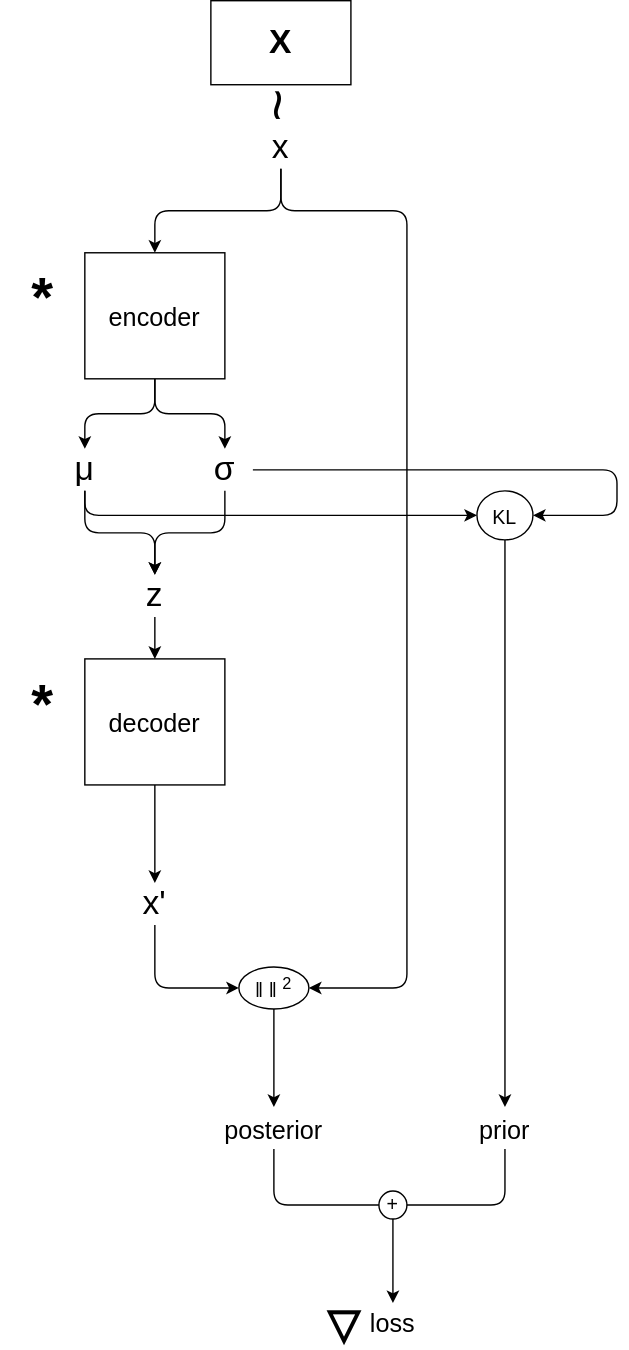
Earlier version of the draw.io export source/images/diagram-vae.drawio.svg (k-l-lambda/k-l-lambda.github.io). Source tidied: cells renumbered, new cells last; positions are measured from the earlier drawing's top-left corner, leaving out a move shared by most shapes. Its diagram source:
```xml
<mxGraphModel>
  <root>
    <mxCell id="0" />
    <mxCell id="1" parent="0" />
    <mxCell id="2" style="edgeStyle=orthogonalEdgeStyle;html=1;exitX=0.5;exitY=1;exitDx=0;exitDy=0;entryX=0.5;entryY=0;entryDx=0;entryDy=0;fontSize=18;" parent="1" edge="1" source="4" target="11">
      <mxGeometry relative="1" as="geometry" />
    </mxCell>
    <mxCell id="3" style="edgeStyle=orthogonalEdgeStyle;html=1;exitX=0.5;exitY=1;exitDx=0;exitDy=0;entryX=1;entryY=0.5;entryDx=0;entryDy=0;fontSize=14;" parent="1" edge="1" source="4" target="27">
      <mxGeometry relative="1" as="geometry">
        <Array as="points">
          <mxPoint x="200" y="150" />
          <mxPoint x="290" y="150" />
          <mxPoint x="290" y="705" />
        </Array>
      </mxGeometry>
    </mxCell>
    <mxCell id="4" value="x" style="text;strokeColor=none;align=center;fillColor=none;html=1;verticalAlign=middle;whiteSpace=wrap;rounded=0;fontSize=24;" parent="1" vertex="1">
      <mxGeometry x="170" y="90" width="60" height="30" as="geometry" />
    </mxCell>
    <mxCell id="5" style="group;fontStyle=1;" parent="1" vertex="1">
      <mxGeometry x="150" width="100" height="90" as="geometry" />
    </mxCell>
    <mxCell id="6" value="X" style="whiteSpace=wrap;html=1;fontSize=24;fontStyle=1;" parent="5" vertex="1">
      <mxGeometry width="100" height="60" as="geometry" />
    </mxCell>
    <mxCell id="7" style="edgeStyle=none;html=1;" parent="5" edge="1" source="8" target="6">
      <mxGeometry relative="1" as="geometry" />
    </mxCell>
    <mxCell id="8" value="~" style="text;strokeColor=none;align=center;fillColor=none;html=1;verticalAlign=middle;whiteSpace=wrap;rounded=0;fontSize=40;rotation=90;" parent="5" vertex="1">
      <mxGeometry x="35" y="60" width="30" height="30" as="geometry" />
    </mxCell>
    <mxCell id="9" style="edgeStyle=orthogonalEdgeStyle;html=1;exitX=0.5;exitY=1;exitDx=0;exitDy=0;entryX=0.5;entryY=0;entryDx=0;entryDy=0;fontSize=18;" parent="1" edge="1" source="11" target="16">
      <mxGeometry relative="1" as="geometry" />
    </mxCell>
    <mxCell id="10" style="edgeStyle=orthogonalEdgeStyle;html=1;exitX=0.5;exitY=1;exitDx=0;exitDy=0;entryX=0.5;entryY=0;entryDx=0;entryDy=0;fontSize=18;" parent="1" edge="1" source="11" target="19">
      <mxGeometry relative="1" as="geometry" />
    </mxCell>
    <mxCell id="11" value="&lt;font style=&quot;font-size: 18px;&quot;&gt;encoder&lt;/font&gt;" style="whiteSpace=wrap;html=1;fontSize=24;" parent="1" vertex="1">
      <mxGeometry x="60" y="180" width="100" height="90" as="geometry" />
    </mxCell>
    <mxCell id="12" style="edgeStyle=orthogonalEdgeStyle;html=1;exitX=0.5;exitY=1;exitDx=0;exitDy=0;entryX=0.5;entryY=0;entryDx=0;entryDy=0;fontSize=18;" parent="1" edge="1" source="13" target="25">
      <mxGeometry relative="1" as="geometry" />
    </mxCell>
    <mxCell id="13" value="&lt;font style=&quot;font-size: 18px;&quot;&gt;decoder&lt;/font&gt;" style="whiteSpace=wrap;html=1;fontSize=24;" parent="1" vertex="1">
      <mxGeometry x="60" y="470" width="100" height="90" as="geometry" />
    </mxCell>
    <mxCell id="14" style="edgeStyle=orthogonalEdgeStyle;html=1;exitX=0.5;exitY=1;exitDx=0;exitDy=0;entryX=0.5;entryY=0;entryDx=0;entryDy=0;fontSize=18;" parent="1" edge="1" source="16">
      <mxGeometry relative="1" as="geometry">
        <mxPoint x="110" y="410" as="targetPoint" />
      </mxGeometry>
    </mxCell>
    <mxCell id="15" style="edgeStyle=orthogonalEdgeStyle;html=1;exitX=0.5;exitY=1;exitDx=0;exitDy=0;fontSize=18;entryX=0;entryY=0.5;entryDx=0;entryDy=0;" parent="1" edge="1" source="16" target="23">
      <mxGeometry relative="1" as="geometry" />
    </mxCell>
    <mxCell id="16" value="μ" style="text;strokeColor=none;align=center;fillColor=none;html=1;verticalAlign=middle;whiteSpace=wrap;rounded=0;fontSize=24;" parent="1" vertex="1">
      <mxGeometry x="30" y="320" width="60" height="30" as="geometry" />
    </mxCell>
    <mxCell id="17" style="edgeStyle=orthogonalEdgeStyle;html=1;exitX=0.5;exitY=1;exitDx=0;exitDy=0;entryX=0.5;entryY=0;entryDx=0;entryDy=0;fontSize=18;" parent="1" edge="1" source="19">
      <mxGeometry relative="1" as="geometry">
        <mxPoint x="110" y="410" as="targetPoint" />
      </mxGeometry>
    </mxCell>
    <mxCell id="18" style="edgeStyle=orthogonalEdgeStyle;html=1;exitX=1;exitY=0.5;exitDx=0;exitDy=0;entryX=1;entryY=0.5;entryDx=0;entryDy=0;fontSize=18;" parent="1" edge="1" source="19" target="23">
      <mxGeometry relative="1" as="geometry">
        <Array as="points">
          <mxPoint x="440" y="335" />
          <mxPoint x="440" y="368" />
        </Array>
      </mxGeometry>
    </mxCell>
    <mxCell id="19" value="σ" style="text;strokeColor=none;align=center;fillColor=none;html=1;verticalAlign=middle;whiteSpace=wrap;rounded=0;fontSize=24;" parent="1" vertex="1">
      <mxGeometry x="140" y="320" width="40" height="30" as="geometry" />
    </mxCell>
    <mxCell id="20" style="edgeStyle=orthogonalEdgeStyle;html=1;exitX=0.5;exitY=1;exitDx=0;exitDy=0;entryX=0.5;entryY=0;entryDx=0;entryDy=0;fontSize=18;" parent="1" edge="1" source="21" target="13">
      <mxGeometry relative="1" as="geometry" />
    </mxCell>
    <mxCell id="21" value="z" style="text;strokeColor=none;align=center;fillColor=none;html=1;verticalAlign=middle;whiteSpace=wrap;rounded=0;fontSize=24;" parent="1" vertex="1">
      <mxGeometry x="80" y="410" width="60" height="30" as="geometry" />
    </mxCell>
    <mxCell id="22" style="edgeStyle=orthogonalEdgeStyle;html=1;exitX=0.5;exitY=1;exitDx=0;exitDy=0;fontSize=18;" parent="1" edge="1" source="23" target="31">
      <mxGeometry relative="1" as="geometry" />
    </mxCell>
    <mxCell id="23" value="&lt;font style=&quot;font-size: 14px;&quot;&gt;KL&lt;/font&gt;" style="ellipse;whiteSpace=wrap;html=1;fontSize=18;" parent="1" vertex="1">
      <mxGeometry x="340" y="350" width="40" height="35" as="geometry" />
    </mxCell>
    <mxCell id="24" style="edgeStyle=orthogonalEdgeStyle;html=1;exitX=0.5;exitY=1;exitDx=0;exitDy=0;entryX=0;entryY=0.5;entryDx=0;entryDy=0;fontSize=14;" parent="1" edge="1" source="25" target="27">
      <mxGeometry relative="1" as="geometry" />
    </mxCell>
    <mxCell id="25" value="x'" style="text;strokeColor=none;align=center;fillColor=none;html=1;verticalAlign=middle;whiteSpace=wrap;rounded=0;fontSize=24;" parent="1" vertex="1">
      <mxGeometry x="80" y="630" width="60" height="30" as="geometry" />
    </mxCell>
    <mxCell id="26" style="edgeStyle=orthogonalEdgeStyle;html=1;exitX=0.5;exitY=1;exitDx=0;exitDy=0;entryX=0.5;entryY=0;entryDx=0;entryDy=0;fontSize=18;" parent="1" edge="1" source="27" target="29">
      <mxGeometry relative="1" as="geometry" />
    </mxCell>
    <mxCell id="27" value="‖&amp;nbsp;‖&lt;sup&gt;2&lt;/sup&gt;" style="ellipse;whiteSpace=wrap;html=1;fontSize=14;" parent="1" vertex="1">
      <mxGeometry x="170" y="690" width="50" height="30" as="geometry" />
    </mxCell>
    <mxCell id="28" style="edgeStyle=orthogonalEdgeStyle;html=1;exitX=0.5;exitY=1;exitDx=0;exitDy=0;entryX=0;entryY=0.5;entryDx=0;entryDy=0;fontSize=18;endArrow=none;endFill=0;" parent="1" edge="1" source="29" target="33">
      <mxGeometry relative="1" as="geometry" />
    </mxCell>
    <mxCell id="29" value="&lt;font style=&quot;font-size: 18px;&quot;&gt;posterior&lt;/font&gt;" style="text;strokeColor=none;align=center;fillColor=none;html=1;verticalAlign=middle;whiteSpace=wrap;rounded=0;fontSize=24;" parent="1" vertex="1">
      <mxGeometry x="165" y="790" width="60" height="30" as="geometry" />
    </mxCell>
    <mxCell id="30" style="edgeStyle=orthogonalEdgeStyle;html=1;exitX=0.5;exitY=1;exitDx=0;exitDy=0;entryX=1;entryY=0.5;entryDx=0;entryDy=0;fontSize=18;endArrow=none;endFill=0;" parent="1" edge="1" source="31" target="33">
      <mxGeometry relative="1" as="geometry" />
    </mxCell>
    <mxCell id="31" value="&lt;font style=&quot;font-size: 18px;&quot;&gt;prior&lt;/font&gt;" style="text;strokeColor=none;align=center;fillColor=none;html=1;verticalAlign=middle;whiteSpace=wrap;rounded=0;fontSize=24;" parent="1" vertex="1">
      <mxGeometry x="330" y="790" width="60" height="30" as="geometry" />
    </mxCell>
    <mxCell id="32" style="edgeStyle=orthogonalEdgeStyle;html=1;exitX=0.5;exitY=1;exitDx=0;exitDy=0;entryX=0.5;entryY=0;entryDx=0;entryDy=0;fontSize=18;endArrow=classic;endFill=1;" parent="1" edge="1" source="33" target="35">
      <mxGeometry relative="1" as="geometry" />
    </mxCell>
    <mxCell id="33" value="+" style="ellipse;whiteSpace=wrap;html=1;fontSize=14;" parent="1" vertex="1">
      <mxGeometry x="270" y="850" width="20" height="20" as="geometry" />
    </mxCell>
    <mxCell id="34" value="&lt;b style=&quot;font-size: 30px;&quot;&gt;▽&lt;/b&gt;" style="text;strokeColor=none;align=center;fillColor=none;html=1;verticalAlign=middle;whiteSpace=wrap;rounded=0;fontSize=30;" parent="1" vertex="1">
      <mxGeometry x="225" y="930" width="40" height="30" as="geometry" />
    </mxCell>
    <mxCell id="35" value="loss" style="text;strokeColor=none;align=center;fillColor=none;html=1;verticalAlign=middle;whiteSpace=wrap;rounded=0;fontSize=18;" parent="1" vertex="1">
      <mxGeometry x="250" y="930" width="60" height="30" as="geometry" />
    </mxCell>
    <mxCell id="36" value="&lt;b&gt;*&lt;/b&gt;" style="text;strokeColor=none;align=center;fillColor=none;html=1;verticalAlign=middle;whiteSpace=wrap;rounded=0;fontSize=40;" parent="1" vertex="1">
      <mxGeometry y="200" width="60" height="22.5" as="geometry" />
    </mxCell>
    <mxCell id="37" value="&lt;b&gt;*&lt;/b&gt;" style="text;strokeColor=none;align=center;fillColor=none;html=1;verticalAlign=middle;whiteSpace=wrap;rounded=0;fontSize=40;" parent="1" vertex="1">
      <mxGeometry y="490" width="60" height="22.5" as="geometry" />
    </mxCell>
  </root>
</mxGraphModel>
```
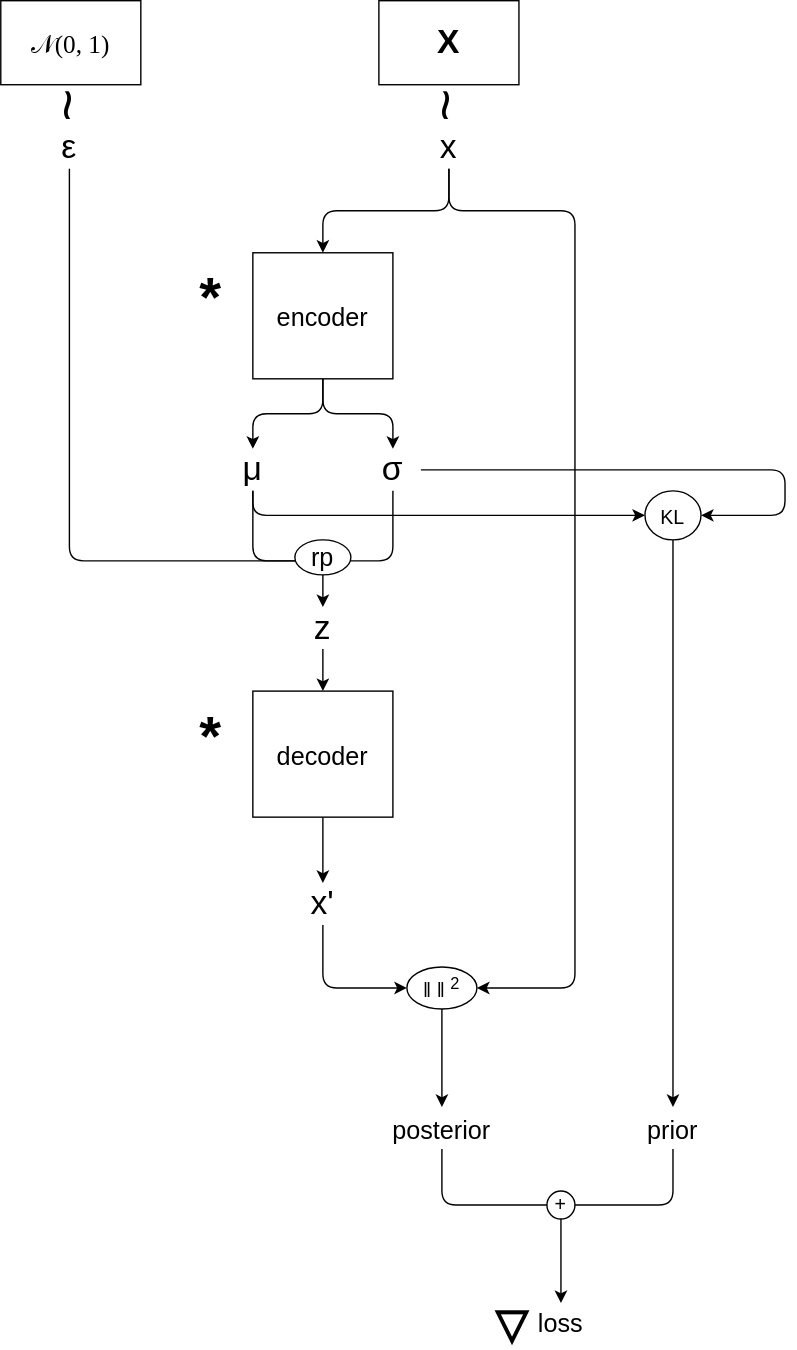
The same diagram one commit later.

What changed in the source:
```diff
@@ -42,11 +42,15 @@
       <mxGeometry relative="1" as="geometry" />
     </mxCell>
     <mxCell id="13" value="&lt;font style=&quot;font-size: 18px;&quot;&gt;decoder&lt;/font&gt;" style="whiteSpace=wrap;html=1;fontSize=24;" parent="1" vertex="1">
-      <mxGeometry x="60" y="470" width="100" height="90" as="geometry" />
+      <mxGeometry x="60" y="493" width="100" height="90" as="geometry" />
     </mxCell>
     <mxCell id="14" style="edgeStyle=orthogonalEdgeStyle;html=1;exitX=0.5;exitY=1;exitDx=0;exitDy=0;entryX=0.5;entryY=0;entryDx=0;entryDy=0;fontSize=18;" parent="1" edge="1" source="16">
       <mxGeometry relative="1" as="geometry">
         <mxPoint x="110" y="410" as="targetPoint" />
+        <Array as="points">
+          <mxPoint x="60" y="400" />
+          <mxPoint x="110" y="400" />
+        </Array>
       </mxGeometry>
     </mxCell>
     <mxCell id="15" style="edgeStyle=orthogonalEdgeStyle;html=1;exitX=0.5;exitY=1;exitDx=0;exitDy=0;fontSize=18;entryX=0;entryY=0.5;entryDx=0;entryDy=0;" parent="1" edge="1" source="16" target="23">
@@ -58,6 +62,10 @@
     <mxCell id="17" style="edgeStyle=orthogonalEdgeStyle;html=1;exitX=0.5;exitY=1;exitDx=0;exitDy=0;entryX=0.5;entryY=0;entryDx=0;entryDy=0;fontSize=18;" parent="1" edge="1" source="19">
       <mxGeometry relative="1" as="geometry">
         <mxPoint x="110" y="410" as="targetPoint" />
+        <Array as="points">
+          <mxPoint x="160" y="400" />
+          <mxPoint x="110" y="400" />
+        </Array>
       </mxGeometry>
     </mxCell>
     <mxCell id="18" style="edgeStyle=orthogonalEdgeStyle;html=1;exitX=1;exitY=0.5;exitDx=0;exitDy=0;entryX=1;entryY=0.5;entryDx=0;entryDy=0;fontSize=18;" parent="1" edge="1" source="19" target="23">
@@ -75,7 +83,7 @@
       <mxGeometry relative="1" as="geometry" />
     </mxCell>
     <mxCell id="21" value="z" style="text;strokeColor=none;align=center;fillColor=none;html=1;verticalAlign=middle;whiteSpace=wrap;rounded=0;fontSize=24;" parent="1" vertex="1">
-      <mxGeometry x="80" y="410" width="60" height="30" as="geometry" />
+      <mxGeometry x="80" y="433" width="60" height="30" as="geometry" />
     </mxCell>
     <mxCell id="22" style="edgeStyle=orthogonalEdgeStyle;html=1;exitX=0.5;exitY=1;exitDx=0;exitDy=0;fontSize=18;" parent="1" edge="1" source="23" target="31">
       <mxGeometry relative="1" as="geometry" />
@@ -123,7 +131,36 @@
       <mxGeometry y="200" width="60" height="22.5" as="geometry" />
     </mxCell>
     <mxCell id="37" value="&lt;b&gt;*&lt;/b&gt;" style="text;strokeColor=none;align=center;fillColor=none;html=1;verticalAlign=middle;whiteSpace=wrap;rounded=0;fontSize=40;" parent="1" vertex="1">
-      <mxGeometry y="490" width="60" height="22.5" as="geometry" />
+      <mxGeometry y="513" width="60" height="22.5" as="geometry" />
     </mxCell>
+    <mxCell id="38" value="ε" style="text;strokeColor=none;align=center;fillColor=none;html=1;verticalAlign=middle;whiteSpace=wrap;rounded=0;fontSize=24;" parent="1" vertex="1">
+      <mxGeometry x="-101" y="90" width="60" height="30" as="geometry" />
+    </mxCell>
+    <mxCell id="39" style="group;fontFamily=Courier New;fontStyle=0;" parent="1" vertex="1">
+      <mxGeometry x="-116" width="100" height="90" as="geometry" />
+    </mxCell>
+    <mxCell id="40" value="&lt;font style=&quot;font-weight: normal; font-size: 18px;&quot; face=&quot;Times New Roman&quot;&gt;𝒩(0, 1)&lt;/font&gt;" style="whiteSpace=wrap;html=1;fontSize=24;fontStyle=1;" parent="39" vertex="1">
+      <mxGeometry x="-4" width="100" height="60" as="geometry" />
+    </mxCell>
+    <mxCell id="41" style="edgeStyle=none;html=1;" parent="39" edge="1" source="42" target="40">
+      <mxGeometry relative="1" as="geometry" />
+    </mxCell>
+    <mxCell id="42" value="~" style="text;strokeColor=none;align=center;fillColor=none;html=1;verticalAlign=middle;whiteSpace=wrap;rounded=0;fontSize=40;rotation=90;" parent="39" vertex="1">
+      <mxGeometry x="31" y="60" width="30" height="30" as="geometry" />
+    </mxCell>
+    <mxCell id="43" style="edgeStyle=orthogonalEdgeStyle;html=1;exitX=0.5;exitY=1;exitDx=0;exitDy=0;entryX=0.5;entryY=0;entryDx=0;entryDy=0;fontSize=18;endArrow=none;endFill=1;" parent="1" edge="1" source="38" target="45">
+      <mxGeometry relative="1" as="geometry">
+        <Array as="points">
+          <mxPoint x="-71" y="400" />
+          <mxPoint x="110" y="400" />
+        </Array>
+      </mxGeometry>
+    </mxCell>
+    <mxCell id="44" style="edgeStyle=orthogonalEdgeStyle;html=1;exitX=0.5;exitY=1;exitDx=0;exitDy=0;entryX=0.5;entryY=0;entryDx=0;entryDy=0;fontSize=18;endArrow=classic;endFill=1;" parent="1" edge="1" source="45" target="21">
+      <mxGeometry relative="1" as="geometry" />
+    </mxCell>
+    <mxCell id="45" value="rp" style="ellipse;whiteSpace=wrap;html=1;fontSize=18;" parent="1" vertex="1">
+      <mxGeometry x="90" y="385" width="40" height="25" as="geometry" />
+    </mxCell>
   </root>
 </mxGraphModel>
```
